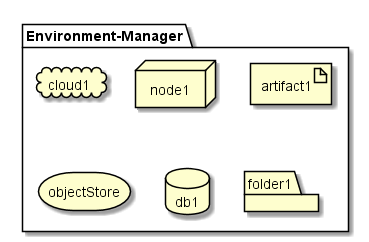
CAADE/C3 keeps this PlantUML diagram as docs/Solution/Environment-Manager/Deployment.png. Above is the earlier version.
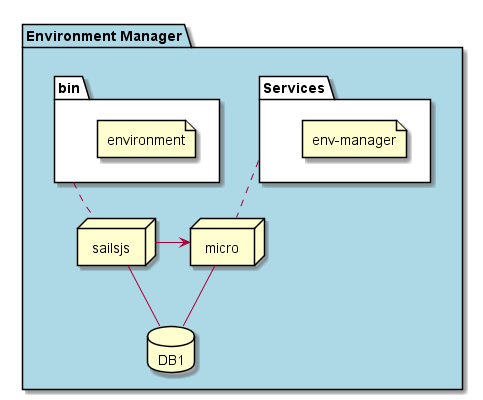
Above is the later version.

What changed in the source:
```diff
@@ -1,12 +1,25 @@
 @startuml
 
-package  "Environment-Manager" {
-  cloud cloud1
-  node node1
-  artifact artifact1
-  storage objectStore
-  database db1
-  folder folder1
+package  "Environment Manager"  #lightblue {
+  folder bin #ffffff {
+    file environment
+  }
+
+  folder Services #ffffff {
+    file "env-manager"
+  }
+
+  node micro
+
+  node sailsjs
+  database DB1
+
+  sailsjs -- DB1
+  bin .. sailsjs
+  Services .. micro
+
+  micro -- DB1
+  sailsjs -> micro
 }
 
 @enduml
```
